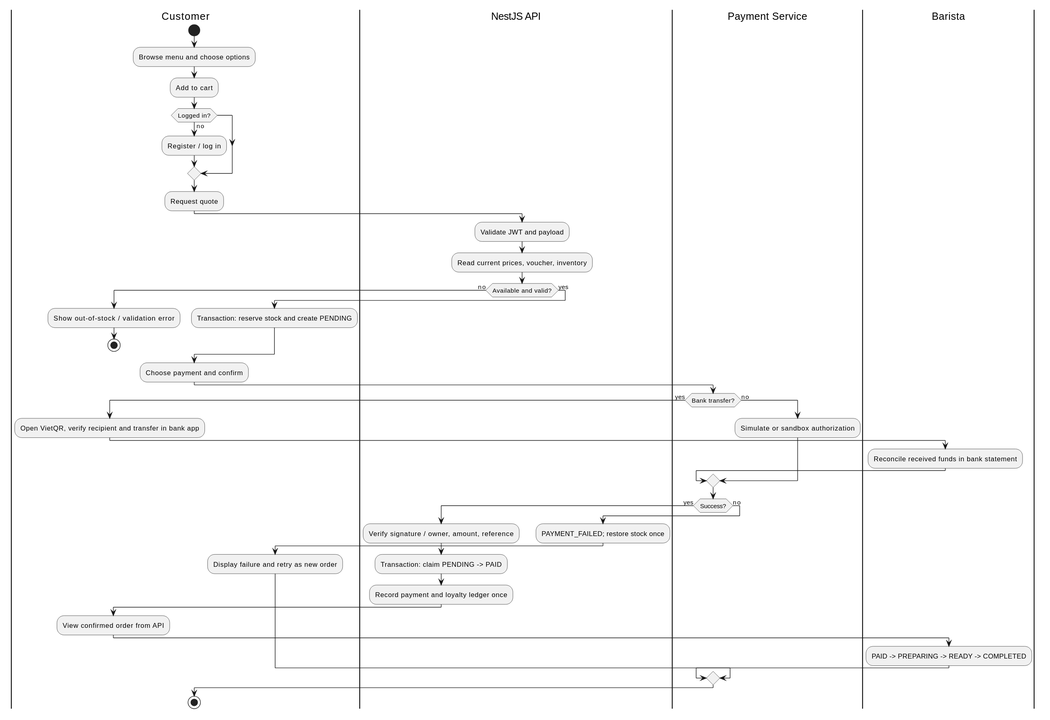
The PlantUML diagram docs/diagrams/activity-checkout.svg in https-monstiez/BrewLite-AS2, before a commit.
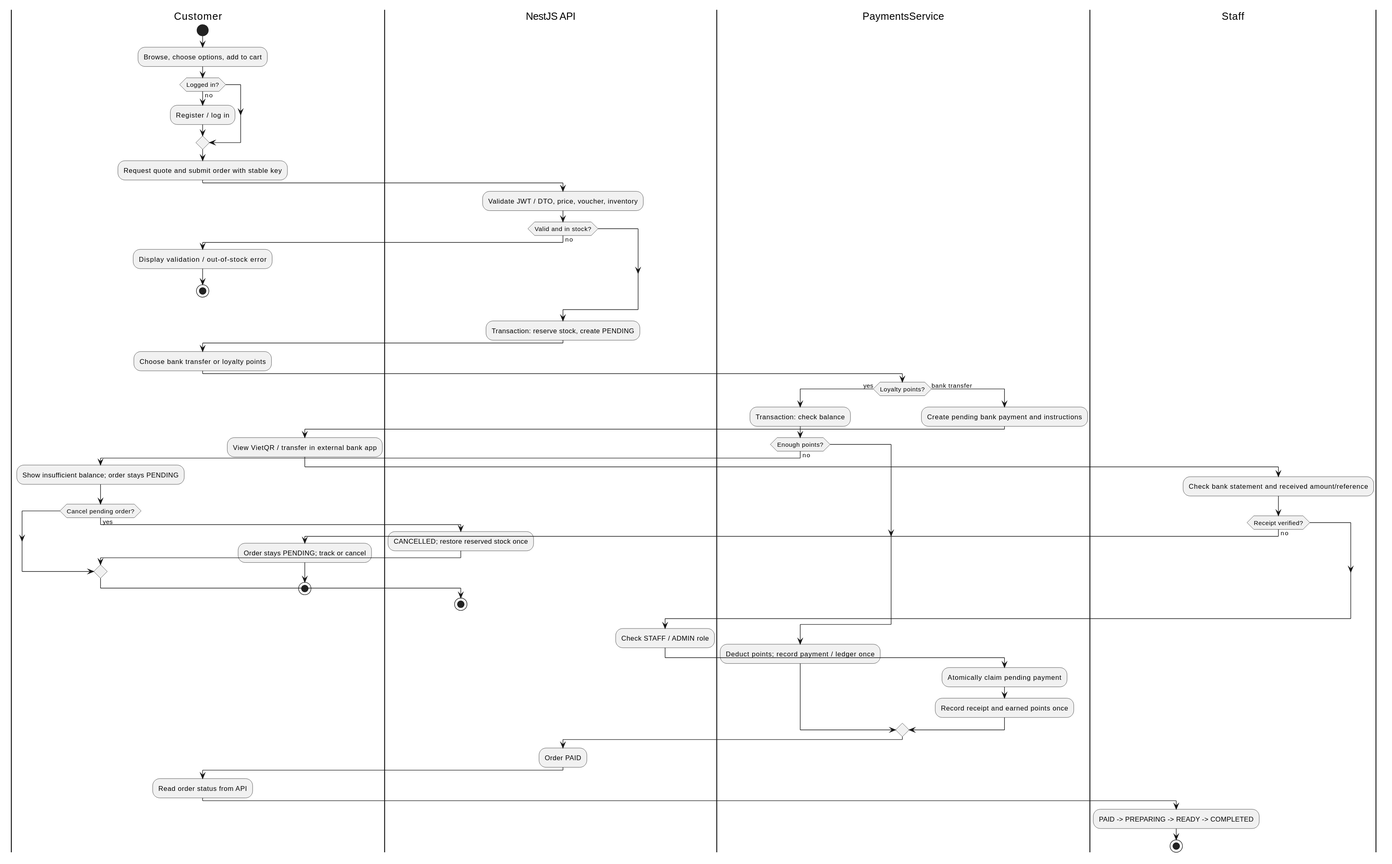
After the change.

Change to the diagram source:
```diff
@@ -4,48 +4,58 @@
 skinparam defaultFontName SansSerif
 |Customer|
 start
-:Browse menu and choose options;
-:Add to cart;
+:Browse, choose options, add to cart;
 if (Logged in?) then (no)
  :Register / log in;
 endif
-:Request quote;
+:Request quote and submit order with stable key;
 |NestJS API|
-:Validate JWT and payload;
-:Read current prices, voucher, inventory;
-if (Available and valid?) then (no)
+:Validate JWT / DTO, price, voucher, inventory;
+if (Valid and in stock?) then (no)
  |Customer|
- :Show out-of-stock / validation error;
+ :Display validation / out-of-stock error;
  stop
-else (yes)
- :Transaction: reserve stock and create PENDING;
 endif
+|NestJS API|
+:Transaction: reserve stock, create PENDING;
 |Customer|
-:Choose payment and confirm;
-|Payment Service|
-if (Bank transfer?) then (yes)
+:Choose bank transfer or loyalty points;
+|PaymentsService|
+if (Loyalty points?) then (yes)
+ :Transaction: check balance;
+ if (Enough points?) then (no)
+  |Customer|
+  :Show insufficient balance; order stays PENDING;
+  if (Cancel pending order?) then (yes)
+   |NestJS API|
+   :CANCELLED; restore reserved stock once;
+  endif
+  stop
+ endif
+ |PaymentsService|
+ :Deduct points; record payment / ledger once;
+else (bank transfer)
+ :Create pending bank payment and instructions;
  |Customer|
- :Open VietQR, verify recipient and transfer in bank app;
- |Barista|
- :Reconcile received funds in bank statement;
- |Payment Service|
-else (no)
- :Simulate or sandbox authorization;
+ :View VietQR / transfer in external bank app;
+ |Staff|
+ :Check bank statement and received amount/reference;
+ if (Receipt verified?) then (no)
+  |Customer|
+  :Order stays PENDING; track or cancel;
+  stop
+ endif
+ |NestJS API|
+ :Check STAFF / ADMIN role;
+ |PaymentsService|
+ :Atomically claim pending payment;
+ :Record receipt and earned points once;
 endif
-if (Success?) then (yes)
- |NestJS API|
- :Verify signature / owner, amount, reference;
- :Transaction: claim PENDING -> PAID;
- :Record payment and loyalty ledger once;
- |Customer|
- :View confirmed order from API;
- |Barista|
- :PAID -> PREPARING -> READY -> COMPLETED;
-else (no)
- |NestJS API|
- :PAYMENT_FAILED; restore stock once;
- |Customer|
- :Display failure and retry as new order;
-endif
+|NestJS API|
+:Order PAID;
+|Customer|
+:Read order status from API;
+|Staff|
+:PAID -> PREPARING -> READY -> COMPLETED;
 stop
 @enduml
```
